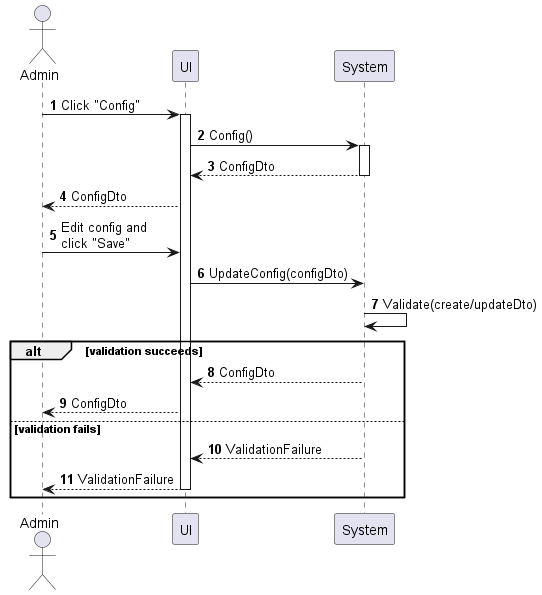
Before: sequences/config-manage.png, a diagram exported from PlantUML (phihungha/scmss-reqs).
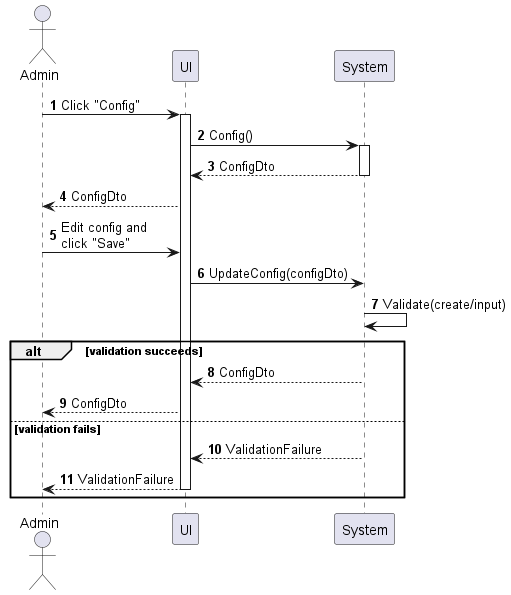
Above is the later version.

The edit, as a diff of the source:
```diff
@@ -14,7 +14,7 @@
 
 a -> f : Edit config and\nclick "Save"
 f -> b : UpdateConfig(configDto)
-b -> b : Validate(create/updateDto)
+b -> b : Validate(create/input)
 alt validation succeeds
     b --> f : ConfigDto
     f --> a : ConfigDto
```
